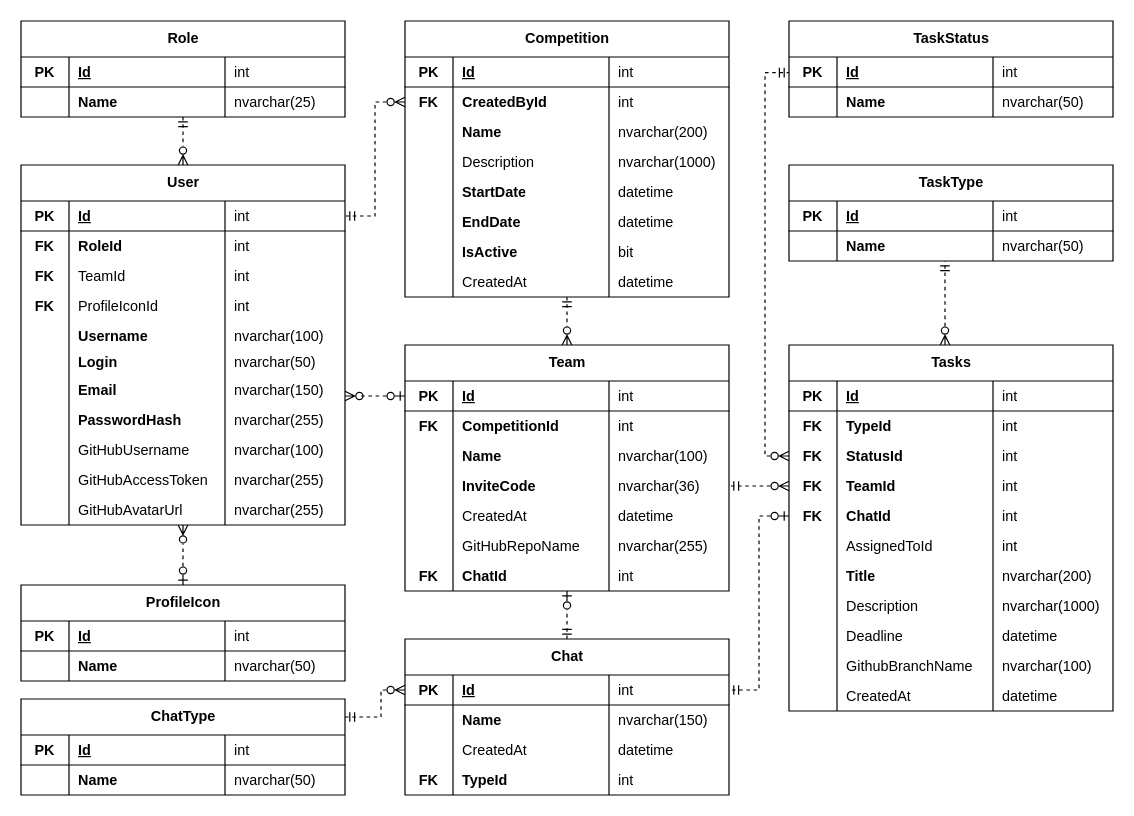
Before: erd_diagram1.drawio in GSEvgenievich/CourseProject2025, a draw.io diagram. Source tidied: cells renumbered, new cells numbered last; positions are measured from the earlier drawing's top-left corner, leaving out a move shared by most shapes. Both pictures are drawn from the tidied source at 120%, with x=0, y=0 at pixel (20, 20).
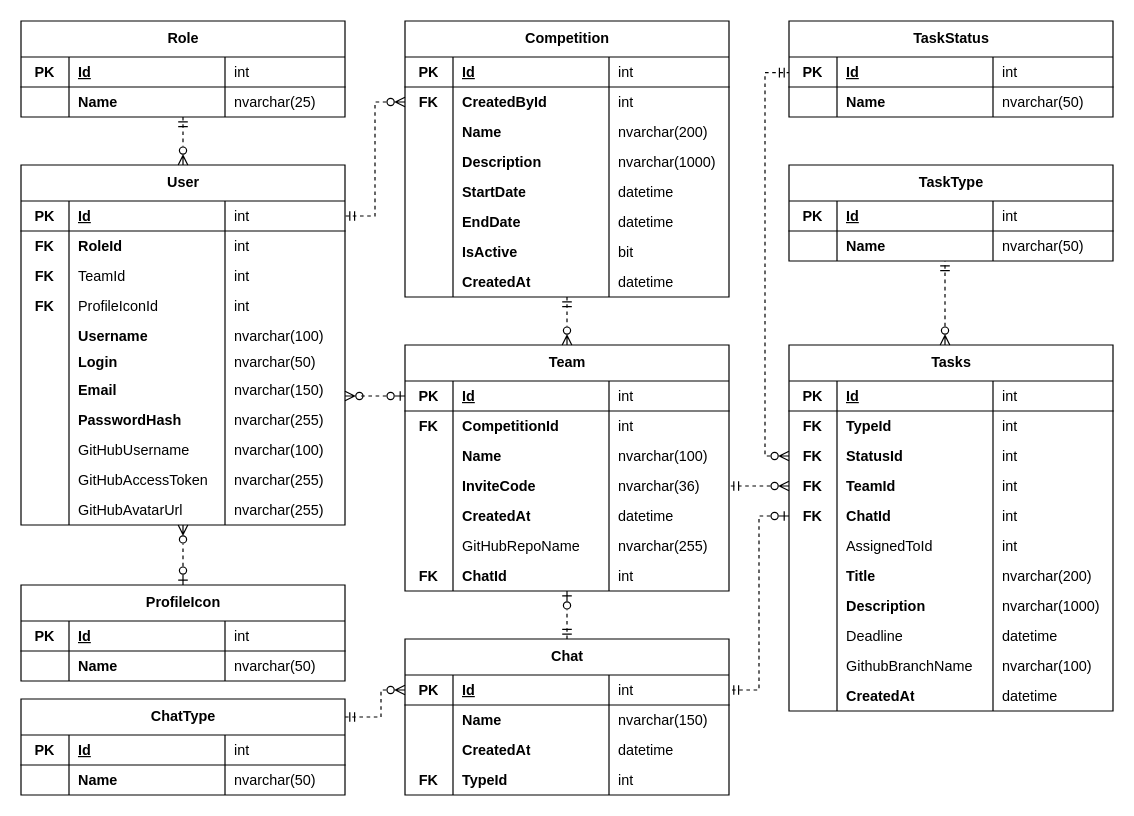
Above is the later version.

The change refers to these unchanged cells:
```xml
<mxCell id="64" style="shape=tableRow;horizontal=0;startSize=0;swimlaneHead=0;swimlaneBody=0;fillColor=none;top=0;left=0;right=0;bottom=0;" parent="47" vertex="1">
  <mxGeometry y="130" width="270" height="25" as="geometry" />
</mxCell>
<mxCell id="99" style="shape=tableRow;horizontal=0;startSize=0;swimlaneHead=0;swimlaneBody=0;fillColor=none;top=0;left=0;right=0;bottom=0;" parent="86" vertex="1">
  <mxGeometry y="105" width="270" height="25" as="geometry" />
</mxCell>
<mxCell id="115" style="shape=tableRow;horizontal=0;startSize=0;swimlaneHead=0;swimlaneBody=0;fillColor=none;top=0;left=0;right=0;bottom=0;" parent="86" vertex="1">
  <mxGeometry y="205" width="270" height="25" as="geometry" />
</mxCell>
<mxCell id="148" style="shape=tableRow;horizontal=0;startSize=0;swimlaneHead=0;swimlaneBody=0;fillColor=none;top=0;left=0;right=0;bottom=0;" parent="119" vertex="1">
  <mxGeometry y="205" width="270" height="25" as="geometry" />
</mxCell>
<mxCell id="160" style="shape=tableRow;horizontal=0;startSize=0;swimlaneHead=0;swimlaneBody=0;fillColor=none;top=0;left=0;right=0;bottom=0;" parent="119" vertex="1">
  <mxGeometry y="280" width="270" height="25" as="geometry" />
</mxCell>
<mxCell id="174" style="shape=tableRow;horizontal=0;startSize=0;swimlaneHead=0;swimlaneBody=0;fillColor=none;top=0;left=0;right=0;bottom=0;" parent="165" vertex="1">
  <mxGeometry y="80" width="270" height="25" as="geometry" />
</mxCell>
```

Diff of the diagram source:
```diff
@@
-    <mxCell id="66" value="CreatedAt" style="shape=partialRectangle;fillColor=none;top=0;left=0;bottom=0;right=0;align=left;spacingLeft=6;overflow=hidden;whiteSpace=wrap;html=1;" parent="64" vertex="1">
+    <mxCell id="66" value="&lt;b&gt;CreatedAt&lt;/b&gt;" style="shape=partialRectangle;fillColor=none;top=0;left=0;bottom=0;right=0;align=left;spacingLeft=6;overflow=hidden;whiteSpace=wrap;html=1;" parent="64" vertex="1">
       <mxGeometry x="40" width="130" height="25" as="geometry" />
     </mxCell>
@@
-    <mxCell id="101" value="Description" style="shape=partialRectangle;fillColor=none;top=0;left=0;bottom=0;right=0;align=left;spacingLeft=6;overflow=hidden;whiteSpace=wrap;html=1;" parent="99" vertex="1">
+    <mxCell id="101" value="&lt;b&gt;Description&lt;/b&gt;" style="shape=partialRectangle;fillColor=none;top=0;left=0;bottom=0;right=0;align=left;spacingLeft=6;overflow=hidden;whiteSpace=wrap;html=1;" parent="99" vertex="1">
       <mxGeometry x="40" width="130" height="25" as="geometry" />
     </mxCell>
@@
-    <mxCell id="117" value="CreatedAt" style="shape=partialRectangle;fillColor=none;top=0;left=0;bottom=0;right=0;align=left;spacingLeft=6;overflow=hidden;whiteSpace=wrap;html=1;" parent="115" vertex="1">
+    <mxCell id="117" value="&lt;b&gt;CreatedAt&lt;/b&gt;" style="shape=partialRectangle;fillColor=none;top=0;left=0;bottom=0;right=0;align=left;spacingLeft=6;overflow=hidden;whiteSpace=wrap;html=1;" parent="115" vertex="1">
       <mxGeometry x="40" width="130" height="25" as="geometry" />
     </mxCell>
@@
-    <mxCell id="150" value="Description" style="shape=partialRectangle;fillColor=none;top=0;left=0;bottom=0;right=0;align=left;spacingLeft=6;overflow=hidden;whiteSpace=wrap;html=1;" parent="148" vertex="1">
+    <mxCell id="150" value="Description" style="shape=partialRectangle;fillColor=none;top=0;left=0;bottom=0;right=0;align=left;spacingLeft=6;overflow=hidden;whiteSpace=wrap;html=1;fontStyle=1;" parent="148" vertex="1">
       <mxGeometry x="40" width="130" height="25" as="geometry" />
     </mxCell>
@@
-    <mxCell id="162" value="CreatedAt" style="shape=partialRectangle;fillColor=none;top=0;left=0;bottom=0;right=0;align=left;spacingLeft=6;overflow=hidden;whiteSpace=wrap;html=1;" parent="160" vertex="1">
+    <mxCell id="162" value="CreatedAt" style="shape=partialRectangle;fillColor=none;top=0;left=0;bottom=0;right=0;align=left;spacingLeft=6;overflow=hidden;whiteSpace=wrap;html=1;fontStyle=1;" parent="160" vertex="1">
       <mxGeometry x="40" width="130" height="25" as="geometry" />
     </mxCell>
@@
-    <mxCell id="176" value="CreatedAt" style="shape=partialRectangle;fillColor=none;top=0;left=0;bottom=0;right=0;align=left;spacingLeft=6;overflow=hidden;whiteSpace=wrap;html=1;" parent="174" vertex="1">
+    <mxCell id="176" value="&lt;b&gt;CreatedAt&lt;/b&gt;" style="shape=partialRectangle;fillColor=none;top=0;left=0;bottom=0;right=0;align=left;spacingLeft=6;overflow=hidden;whiteSpace=wrap;html=1;" parent="174" vertex="1">
       <mxGeometry x="40" width="130" height="25" as="geometry" />
     </mxCell>
```
